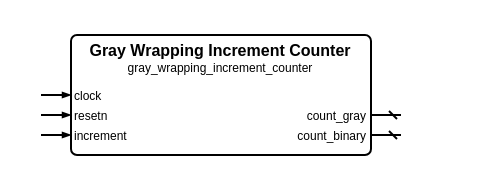
Before: sources/counter/gray_wrapping_increment_counter/gray_wrapping_increment_counter.symbol.drawio in Louis-DR/OmniCores-BuildingBlocks, a draw.io diagram. Source tidied: cells renumbered, new cells numbered last; positions are measured from the earlier drawing's top-left corner, leaving out a move shared by most shapes. Both pictures are drawn from the tidied source at 200%, with x=0, y=0 at pixel (40, 34).
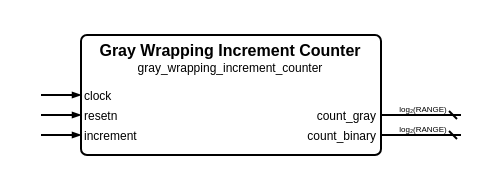
The same page after the edit.

What changed in the source:
```diff
@@
     <mxCell id="2" style="group;" parent="1" vertex="1">
-      <mxGeometry width="180" height="60" as="geometry" />
+      <mxGeometry width="210" height="60" as="geometry" />
     </mxCell>
     <mxCell id="3" style="rounded=1;arcSize=5;fillColor=none;strokeWidth=1;strokeColor=black;whiteSpace=wrap;html=1;" parent="2" vertex="1">
-      <mxGeometry x="15" width="150" height="60" as="geometry" />
+      <mxGeometry x="20" width="150" height="60" as="geometry" />
     </mxCell>
     <mxCell id="4" value="Gray Wrapping Increment Counter" style="text;html=1;align=center;verticalAlign=middle;whiteSpace=wrap;rounded=0;fontSize=8;fontStyle=1;fontColor=black;" parent="2" vertex="1">
-      <mxGeometry x="15" y="7" width="150" as="geometry" />
+      <mxGeometry x="20" y="7" width="150" as="geometry" />
     </mxCell>
     <mxCell id="5" value="gray_wrapping_increment_counter" style="text;html=1;align=center;verticalAlign=middle;whiteSpace=wrap;rounded=0;fontSize=6;fontStyle=0;fontColor=black;" parent="2" vertex="1">
-      <mxGeometry x="15" y="16" width="150" as="geometry" />
+      <mxGeometry x="20" y="16" width="150" as="geometry" />
     </mxCell>
     <mxCell id="6" value="clock" style="text;html=1;align=left;verticalAlign=middle;whiteSpace=wrap;rounded=0;fontSize=6;fontStyle=0;fontColor=black;" parent="2" vertex="1">
-      <mxGeometry x="15" y="30" width="150" as="geometry" />
+      <mxGeometry x="20" y="30" width="150" as="geometry" />
     </mxCell>
     <mxCell id="7" style="html=1;rounded=1;strokeWidth=1;strokeColor=black;startFill=0;startSize=2;startArrow=none;endFill=1;endSize=2;endArrow=blockThin;sourcePerimeterSpacing=0;" parent="2" edge="1">
       <mxGeometry relative="1" as="geometry">
         <mxPoint y="30" as="sourcePoint" />
-        <mxPoint x="15" y="30" as="targetPoint" />
+        <mxPoint x="20" y="30" as="targetPoint" />
       </mxGeometry>
     </mxCell>
     <mxCell id="8" value="resetn" style="text;html=1;align=left;verticalAlign=middle;whiteSpace=wrap;rounded=0;fontSize=6;fontStyle=0;fontColor=black;" parent="2" vertex="1">
-      <mxGeometry x="15" y="40" width="150" as="geometry" />
+      <mxGeometry x="20" y="40" width="150" as="geometry" />
     </mxCell>
     <mxCell id="9" style="html=1;rounded=1;strokeWidth=1;strokeColor=black;startFill=0;startSize=2;startArrow=none;endFill=1;endSize=2;endArrow=blockThin;sourcePerimeterSpacing=0;" parent="2" edge="1">
       <mxGeometry relative="1" as="geometry">
         <mxPoint y="40" as="sourcePoint" />
-        <mxPoint x="15" y="40" as="targetPoint" />
+        <mxPoint x="20" y="40" as="targetPoint" />
       </mxGeometry>
     </mxCell>
     <mxCell id="10" value="count_gray" style="text;html=1;align=right;verticalAlign=middle;whiteSpace=wrap;rounded=0;fontSize=6;fontStyle=0;fontColor=black;" parent="2" vertex="1">
-      <mxGeometry x="15" y="40" width="150" as="geometry" />
+      <mxGeometry x="20" y="40" width="150" as="geometry" />
     </mxCell>
     <mxCell id="11" style="html=1;rounded=1;strokeWidth=1;strokeColor=black;startFill=0;startSize=2;startArrow=dash;endFill=1;endSize=2;endArrow=none;sourcePerimeterSpacing=0;" parent="2" edge="1">
       <mxGeometry relative="1" as="geometry">
-        <mxPoint x="180" y="40" as="sourcePoint" />
-        <mxPoint x="165" y="40" as="targetPoint" />
+        <mxPoint x="210" y="40" as="sourcePoint" />
+        <mxPoint x="170" y="40" as="targetPoint" />
       </mxGeometry>
     </mxCell>
+    <mxCell id="16" value="log₂(RANGE)" style="text;html=1;align=center;verticalAlign=middle;whiteSpace=nowrap;rounded=0;fontSize=4;fontStyle=0;fontColor=black;" parent="2" vertex="1">
+      <mxGeometry x="190" y="37" as="geometry" />
+    </mxCell>
     <mxCell id="12" value="increment" style="text;html=1;align=left;verticalAlign=middle;whiteSpace=wrap;rounded=0;fontSize=6;fontStyle=0;fontColor=black;" parent="2" vertex="1">
-      <mxGeometry x="15" y="50" width="150" as="geometry" />
+      <mxGeometry x="20" y="50" width="150" as="geometry" />
     </mxCell>
     <mxCell id="13" style="html=1;rounded=1;strokeWidth=1;strokeColor=black;startFill=0;startSize=2;startArrow=none;endFill=1;endSize=2;endArrow=blockThin;sourcePerimeterSpacing=0;" parent="2" edge="1">
       <mxGeometry relative="1" as="geometry">
         <mxPoint y="50" as="sourcePoint" />
-        <mxPoint x="15" y="50" as="targetPoint" />
+        <mxPoint x="20" y="50" as="targetPoint" />
       </mxGeometry>
     </mxCell>
     <mxCell id="14" value="count_binary" style="text;html=1;align=right;verticalAlign=middle;whiteSpace=wrap;rounded=0;fontSize=6;fontStyle=0;fontColor=black;" parent="2" vertex="1">
-      <mxGeometry x="15" y="50" width="150" as="geometry" />
+      <mxGeometry x="20" y="50" width="150" as="geometry" />
     </mxCell>
     <mxCell id="15" style="html=1;rounded=1;strokeWidth=1;strokeColor=black;startFill=0;startSize=2;startArrow=dash;endFill=1;endSize=2;endArrow=none;sourcePerimeterSpacing=0;" parent="2" edge="1">
       <mxGeometry relative="1" as="geometry">
-        <mxPoint x="180" y="50" as="sourcePoint" />
-        <mxPoint x="165" y="50" as="targetPoint" />
+        <mxPoint x="210" y="50" as="sourcePoint" />
+        <mxPoint x="170" y="50" as="targetPoint" />
       </mxGeometry>
     </mxCell>
+    <mxCell id="17" value="log₂(RANGE)" style="text;html=1;align=center;verticalAlign=middle;whiteSpace=nowrap;rounded=0;fontSize=4;fontStyle=0;fontColor=black;" parent="2" vertex="1">
+      <mxGeometry x="190" y="47" as="geometry" />
+    </mxCell>
```
